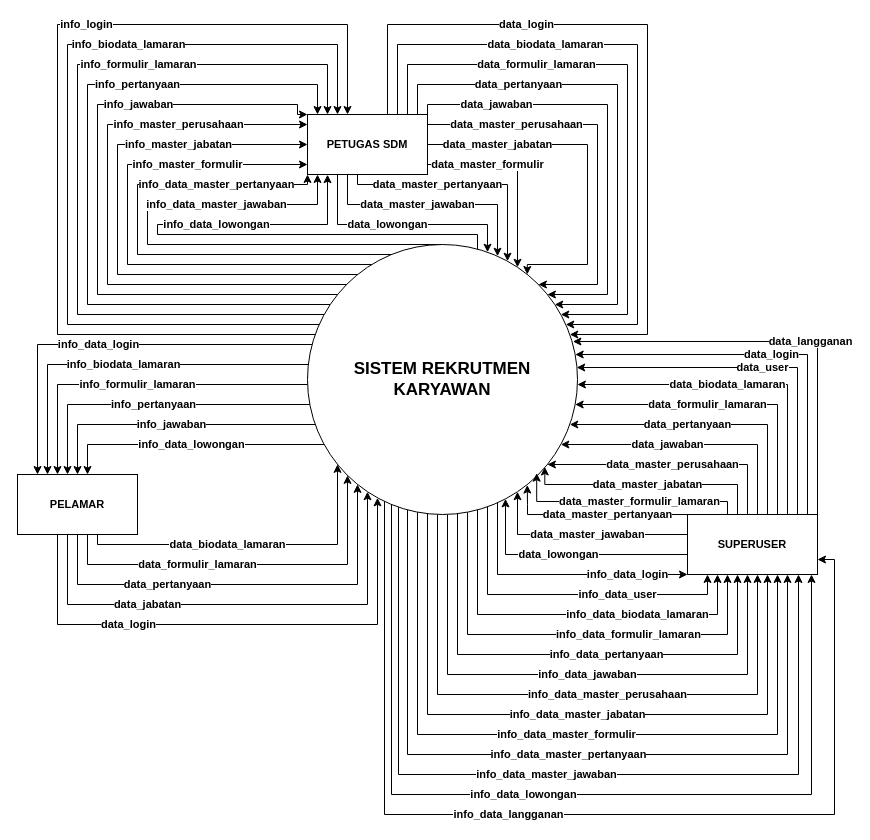
This is page "DIAGRAM CONTEXT" (1 of 8) of DFD v2.drawio from keys2505/tugas-akhir, a draw.io file, before an edit. Source tidied: cells renumbered, new cells numbered last; positions are measured from the earlier drawing's top-left corner, leaving out a move shared by most shapes. Both pictures are drawn from the tidied source at 100%, with x=0, y=0 at pixel (17, 24).
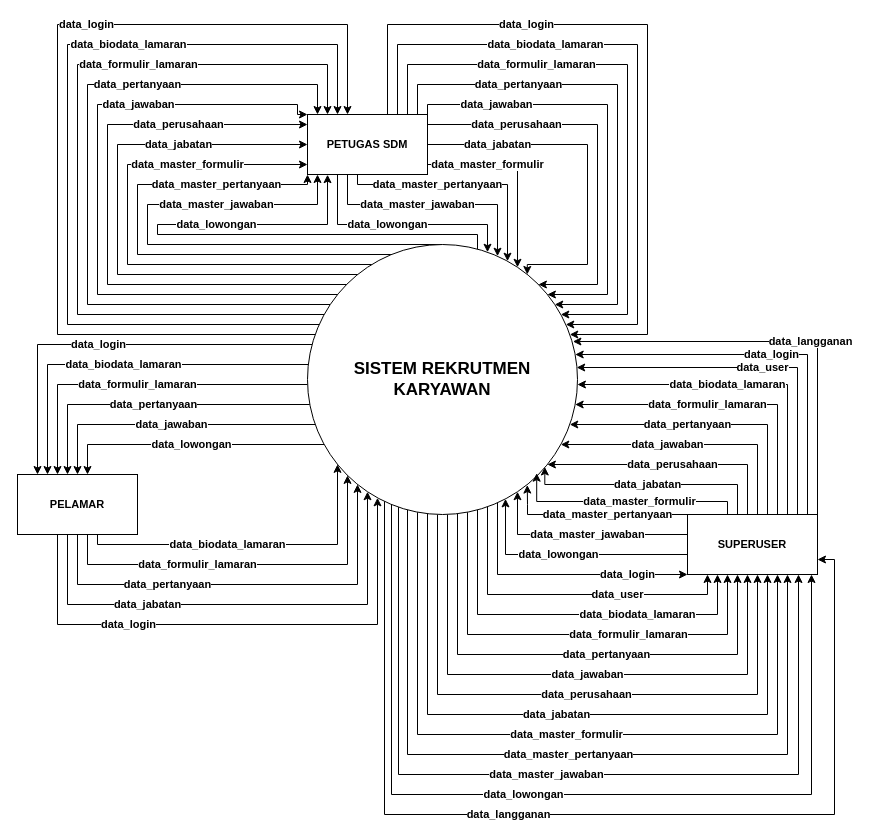
The same diagram, later.

The change refers to these unchanged cells:
```xml
<mxCell id="32" value="&lt;font style=&quot;font-size: 17px;&quot;&gt;SISTEM REKRUTMEN KARYAWAN&lt;/font&gt;" style="ellipse;whiteSpace=wrap;html=1;direction=south;fontStyle=1;fontSize=11;" parent="1" vertex="1">
  <mxGeometry x="290" y="220" width="270" height="270" as="geometry" />
</mxCell>
<mxCell id="44" value="PETUGAS SDM" style="rounded=0;whiteSpace=wrap;html=1;fontStyle=1;fontSize=11;" parent="1" vertex="1">
  <mxGeometry x="290" y="90" width="120" height="60" as="geometry" />
</mxCell>
<mxCell id="50" value="PELAMAR" style="rounded=0;whiteSpace=wrap;html=1;fontStyle=1;fontSize=11;" parent="1" vertex="1">
  <mxGeometry y="450" width="120" height="60" as="geometry" />
</mxCell>
<mxCell id="64" value="&lt;font style=&quot;font-size: 11px;&quot;&gt;SUPERUSER&lt;/font&gt;" style="rounded=0;whiteSpace=wrap;html=1;fontStyle=1;fontSize=11;" parent="1" vertex="1">
  <mxGeometry x="670" y="490" width="130" height="60" as="geometry" />
</mxCell>
```

Diff of the diagram source:
```diff
@@
-    <mxCell id="2" value="info_data_lowongan" style="edgeStyle=orthogonalEdgeStyle;rounded=0;jettySize=auto;html=1;fontStyle=1;fontSize=11;" parent="1" edge="1" source="32" target="50">
+    <mxCell id="2" value="data_lowongan" style="edgeStyle=orthogonalEdgeStyle;rounded=0;jettySize=auto;html=1;fontStyle=1;fontSize=11;" parent="1" edge="1" source="32" target="50">
       <mxGeometry relative="1" as="geometry">
         <Array as="points">
           <mxPoint x="70" y="420" />
         </Array>
       </mxGeometry>
     </mxCell>
-    <mxCell id="3" value="info_jawaban" style="edgeStyle=orthogonalEdgeStyle;rounded=0;jettySize=auto;html=1;fontStyle=1;fontSize=11;" parent="1" edge="1" source="32" target="50">
+    <mxCell id="3" value="data_jawaban" style="edgeStyle=orthogonalEdgeStyle;rounded=0;jettySize=auto;html=1;fontStyle=1;fontSize=11;" parent="1" edge="1" source="32" target="50">
       <mxGeometry relative="1" as="geometry">
         <Array as="points">
           <mxPoint x="60" y="400" />
         </Array>
       </mxGeometry>
     </mxCell>
-    <mxCell id="4" value="info_pertanyaan" style="edgeStyle=orthogonalEdgeStyle;rounded=0;jettySize=auto;html=1;fontStyle=1;fontSize=11;" parent="1" edge="1" source="32" target="50">
+    <mxCell id="4" value="data_pertanyaan" style="edgeStyle=orthogonalEdgeStyle;rounded=0;jettySize=auto;html=1;fontStyle=1;fontSize=11;" parent="1" edge="1" source="32" target="50">
       <mxGeometry relative="1" as="geometry">
         <Array as="points">
           <mxPoint x="50" y="380" />
         </Array>
       </mxGeometry>
     </mxCell>
-    <mxCell id="5" value="info_formulir_lamaran" style="edgeStyle=orthogonalEdgeStyle;rounded=0;jettySize=auto;html=1;fontStyle=1;fontSize=11;" parent="1" edge="1" source="32" target="50">
+    <mxCell id="5" value="data_formulir_lamaran" style="edgeStyle=orthogonalEdgeStyle;rounded=0;jettySize=auto;html=1;fontStyle=1;fontSize=11;" parent="1" edge="1" source="32" target="50">
       <mxGeometry relative="1" as="geometry">
         <Array as="points">
           <mxPoint x="40" y="360" />
         </Array>
       </mxGeometry>
     </mxCell>
-    <mxCell id="6" value="info_biodata_lamaran" style="edgeStyle=orthogonalEdgeStyle;rounded=0;jettySize=auto;html=1;fontStyle=1;fontSize=11;" parent="1" edge="1" source="32" target="50">
+    <mxCell id="6" value="data_biodata_lamaran" style="edgeStyle=orthogonalEdgeStyle;rounded=0;jettySize=auto;html=1;fontStyle=1;fontSize=11;" parent="1" edge="1" source="32" target="50">
       <mxGeometry relative="1" as="geometry">
         <Array as="points">
           <mxPoint x="30" y="340" />
         </Array>
       </mxGeometry>
     </mxCell>
-    <mxCell id="7" value="info_data_login" style="edgeStyle=orthogonalEdgeStyle;rounded=0;jettySize=auto;html=1;fontStyle=1;fontSize=11;" parent="1" edge="1" source="32" target="50">
+    <mxCell id="7" value="data_login" style="edgeStyle=orthogonalEdgeStyle;rounded=0;jettySize=auto;html=1;fontStyle=1;fontSize=11;" parent="1" edge="1" source="32" target="50">
       <mxGeometry x="0.06" relative="1" as="geometry">
         <Array as="points">
           <mxPoint x="20" y="320" />
         </Array>
       </mxGeometry>
     </mxCell>
-    <mxCell id="8" value="info_data_master_pertanyaan" style="edgeStyle=orthogonalEdgeStyle;rounded=0;jettySize=auto;html=1;fontStyle=1;fontSize=11;" parent="1" edge="1" source="32" target="44">
+    <mxCell id="8" value="data_master_pertanyaan" style="edgeStyle=orthogonalEdgeStyle;rounded=0;jettySize=auto;html=1;fontStyle=1;fontSize=11;" parent="1" edge="1" source="32" target="44">
       <mxGeometry x="0.6" relative="1" as="geometry">
         <Array as="points">
           <mxPoint x="440" y="230" />
           <mxPoint x="120" y="230" />
           <mxPoint x="120" y="160" />
           <mxPoint x="290" y="160" />
         </Array>
       </mxGeometry>
     </mxCell>
-    <mxCell id="9" value="info_master_formulir" style="edgeStyle=orthogonalEdgeStyle;rounded=0;jettySize=auto;html=1;fontStyle=1;fontSize=11;" parent="1" edge="1" source="32" target="44">
+    <mxCell id="9" value="data_master_formulir" style="edgeStyle=orthogonalEdgeStyle;rounded=0;jettySize=auto;html=1;fontStyle=1;fontSize=11;" parent="1" edge="1" source="32" target="44">
       <mxGeometry x="0.54" relative="1" as="geometry">
         <Array as="points">
           <mxPoint x="425" y="240" />
           <mxPoint x="110" y="240" />
           <mxPoint x="110" y="140" />
         </Array>
       </mxGeometry>
     </mxCell>
-    <mxCell id="10" value="info_master_jabatan" style="edgeStyle=orthogonalEdgeStyle;rounded=0;jettySize=auto;html=1;fontStyle=1;fontSize=11;" parent="1" edge="1" source="32" target="44">
+    <mxCell id="10" value="data_jabatan" style="edgeStyle=orthogonalEdgeStyle;rounded=0;jettySize=auto;html=1;fontStyle=1;fontSize=11;" parent="1" edge="1" source="32" target="44">
       <mxGeometry x="0.54" relative="1" as="geometry">
         <Array as="points">
           <mxPoint x="100" y="250" />
           <mxPoint x="100" y="120" />
         </Array>
       </mxGeometry>
     </mxCell>
-    <mxCell id="11" value="info_master_perusahaan" style="edgeStyle=orthogonalEdgeStyle;rounded=0;jettySize=auto;html=1;entryX=0;entryY=0.167;entryDx=0;entryDy=0;entryPerimeter=0;fontStyle=1;fontSize=11;" parent="1" edge="1" source="32" target="44">
+    <mxCell id="11" value="data_perusahaan" style="edgeStyle=orthogonalEdgeStyle;rounded=0;jettySize=auto;html=1;entryX=0;entryY=0.167;entryDx=0;entryDy=0;entryPerimeter=0;fontStyle=1;fontSize=11;" parent="1" edge="1" source="32" target="44">
       <mxGeometry x="0.57" relative="1" as="geometry">
         <Array as="points">
           <mxPoint x="90" y="260" />
           <mxPoint x="90" y="100" />
         </Array>
       </mxGeometry>
     </mxCell>
-    <mxCell id="12" value="info_formulir_lamaran" style="edgeStyle=orthogonalEdgeStyle;rounded=0;jettySize=auto;html=1;fontStyle=1;fontSize=11;" parent="1" edge="1" source="32" target="44">
+    <mxCell id="12" value="data_formulir_lamaran" style="edgeStyle=orthogonalEdgeStyle;rounded=0;jettySize=auto;html=1;fontStyle=1;fontSize=11;" parent="1" edge="1" source="32" target="44">
       <mxGeometry x="0.4" relative="1" as="geometry">
         <Array as="points">
           <mxPoint x="60" y="290" />
           <mxPoint x="60" y="40" />
           <mxPoint x="310" y="40" />
         </Array>
       </mxGeometry>
     </mxCell>
-    <mxCell id="13" value="info_pertanyaan" style="edgeStyle=orthogonalEdgeStyle;rounded=0;jettySize=auto;html=1;fontStyle=1;fontSize=11;" parent="1" edge="1" source="32" target="44">
+    <mxCell id="13" value="data_pertanyaan" style="edgeStyle=orthogonalEdgeStyle;rounded=0;jettySize=auto;html=1;fontStyle=1;fontSize=11;" parent="1" edge="1" source="32" target="44">
       <mxGeometry x="0.42" relative="1" as="geometry">
         <Array as="points">
           <mxPoint x="70" y="280" />
           <mxPoint x="70" y="60" />
           <mxPoint x="300" y="60" />
         </Array>
       </mxGeometry>
     </mxCell>
-    <mxCell id="14" value="info_jawaban" style="edgeStyle=orthogonalEdgeStyle;rounded=0;jettySize=auto;html=1;fontStyle=1;fontSize=11;" parent="1" edge="1" source="32" target="44">
+    <mxCell id="14" value="data_jawaban" style="edgeStyle=orthogonalEdgeStyle;rounded=0;jettySize=auto;html=1;fontStyle=1;fontSize=11;" parent="1" edge="1" source="32" target="44">
       <mxGeometry x="0.45" relative="1" as="geometry">
         <Array as="points">
           <mxPoint x="80" y="270" />
           <mxPoint x="80" y="80" />
           <mxPoint x="280" y="80" />
           <mxPoint x="280" y="90" />
         </Array>
       </mxGeometry>
     </mxCell>
-    <mxCell id="15" value="info_biodata_lamaran" style="edgeStyle=orthogonalEdgeStyle;rounded=0;jettySize=auto;html=1;fontStyle=1;fontSize=11;" parent="1" edge="1" source="32" target="44">
+    <mxCell id="15" value="data_biodata_lamaran" style="edgeStyle=orthogonalEdgeStyle;rounded=0;jettySize=auto;html=1;fontStyle=1;fontSize=11;" parent="1" edge="1" source="32" target="44">
       <mxGeometry x="0.36" relative="1" as="geometry">
         <Array as="points">
           <mxPoint x="50" y="300" />
           <mxPoint x="50" y="20" />
           <mxPoint x="320" y="20" />
         </Array>
       </mxGeometry>
     </mxCell>
-    <mxCell id="16" value="info_data_master_jawaban" style="edgeStyle=orthogonalEdgeStyle;rounded=0;jettySize=auto;html=1;fontStyle=1;fontSize=11;" parent="1" edge="1" source="32" target="44">
+    <mxCell id="16" value="data_master_jawaban" style="edgeStyle=orthogonalEdgeStyle;rounded=0;jettySize=auto;html=1;fontStyle=1;fontSize=11;" parent="1" edge="1" source="32" target="44">
       <mxGeometry x="0.51" relative="1" as="geometry">
         <Array as="points">
           <mxPoint x="450" y="220" />
           <mxPoint x="130" y="220" />
           <mxPoint x="130" y="180" />
           <mxPoint x="300" y="180" />
         </Array>
       </mxGeometry>
     </mxCell>
-    <mxCell id="17" value="info_login" style="edgeStyle=orthogonalEdgeStyle;rounded=0;jettySize=auto;html=1;fontStyle=1;fontSize=11;" parent="1" edge="1" source="32" target="44">
+    <mxCell id="17" value="data_login" style="edgeStyle=orthogonalEdgeStyle;rounded=0;jettySize=auto;html=1;fontStyle=1;fontSize=11;" parent="1" edge="1" source="32" target="44">
       <mxGeometry x="0.26" relative="1" as="geometry">
         <Array as="points">
           <mxPoint x="40" y="310" />
           <mxPoint x="40" />
           <mxPoint x="330" />
         </Array>
       </mxGeometry>
     </mxCell>
-    <mxCell id="18" value="info_data_lowongan" style="edgeStyle=orthogonalEdgeStyle;rounded=0;jettySize=auto;html=1;entryX=0.167;entryY=1.003;entryDx=0;entryDy=0;entryPerimeter=0;fontStyle=1;fontSize=11;" parent="1" edge="1" source="32" target="44">
+    <mxCell id="18" value="data_lowongan" style="edgeStyle=orthogonalEdgeStyle;rounded=0;jettySize=auto;html=1;entryX=0.167;entryY=1.003;entryDx=0;entryDy=0;entryPerimeter=0;fontStyle=1;fontSize=11;" parent="1" edge="1" source="32" target="44">
       <mxGeometry x="0.43" relative="1" as="geometry">
         <Array as="points">
           <mxPoint x="460" y="210" />
           <mxPoint x="140" y="210" />
           <mxPoint x="140" y="200" />
           <mxPoint x="310" y="200" />
         </Array>
       </mxGeometry>
     </mxCell>
-    <mxCell id="19" value="info_data_master_jawaban" style="edgeStyle=orthogonalEdgeStyle;rounded=0;orthogonalLoop=1;jettySize=auto;html=1;fontStyle=1;fontSize=11;" parent="1" edge="1">
+    <mxCell id="19" value="data_master_jawaban" style="edgeStyle=orthogonalEdgeStyle;rounded=0;orthogonalLoop=1;jettySize=auto;html=1;fontStyle=1;fontSize=11;" parent="1" edge="1">
       <mxGeometry x="-0.04" relative="1" as="geometry">
         <mxPoint x="381" y="482.3" as="sourcePoint" />
         <mxPoint x="781" y="550" as="targetPoint" />
         <Array as="points">
           <mxPoint x="381" y="750" />
           <mxPoint x="781" y="750" />
         </Array>
       </mxGeometry>
     </mxCell>
-    <mxCell id="20" value="info_data_master_formulir" style="edgeStyle=orthogonalEdgeStyle;rounded=0;jettySize=auto;html=1;fontStyle=1;fontSize=11;" parent="1" edge="1" source="32" target="64">
+    <mxCell id="20" value="data_master_formulir" style="edgeStyle=orthogonalEdgeStyle;rounded=0;jettySize=auto;html=1;fontStyle=1;fontSize=11;" parent="1" edge="1" source="32" target="64">
       <mxGeometry relative="1" as="geometry">
         <Array as="points">
           <mxPoint x="400" y="710" />
           <mxPoint x="760" y="710" />
         </Array>
       </mxGeometry>
     </mxCell>
-    <mxCell id="21" value="info_data_master_pertanyaan" style="edgeStyle=orthogonalEdgeStyle;rounded=0;jettySize=auto;html=1;fontStyle=1;fontSize=11;" parent="1" edge="1" source="32" target="64">
+    <mxCell id="21" value="data_master_pertanyaan" style="edgeStyle=orthogonalEdgeStyle;rounded=0;jettySize=auto;html=1;fontStyle=1;fontSize=11;" parent="1" edge="1" source="32" target="64">
       <mxGeometry x="0.01" relative="1" as="geometry">
         <Array as="points">
           <mxPoint x="390" y="730" />
           <mxPoint x="770" y="730" />
         </Array>
       </mxGeometry>
     </mxCell>
-    <mxCell id="22" value="info_data_lowongan" style="edgeStyle=orthogonalEdgeStyle;rounded=0;orthogonalLoop=1;jettySize=auto;html=1;fontStyle=1;fontSize=11;" parent="1" edge="1">
+    <mxCell id="22" value="data_lowongan" style="edgeStyle=orthogonalEdgeStyle;rounded=0;orthogonalLoop=1;jettySize=auto;html=1;fontStyle=1;fontSize=11;" parent="1" edge="1">
       <mxGeometry x="-0.09" relative="1" as="geometry">
         <mxPoint x="374" y="478.3" as="sourcePoint" />
         <mxPoint x="794" y="550" as="targetPoint" />
         <Array as="points">
           <mxPoint x="374" y="770" />
           <mxPoint x="794" y="770" />
         </Array>
       </mxGeometry>
     </mxCell>
-    <mxCell id="23" value="info_data_master_jabatan" style="edgeStyle=orthogonalEdgeStyle;rounded=0;jettySize=auto;html=1;fontStyle=1;fontSize=11;" parent="1" edge="1" source="32" target="64">
-      <mxGeometry x="0.03" relative="1" as="geometry">
+    <mxCell id="23" value="data_jabatan" style="edgeStyle=orthogonalEdgeStyle;rounded=0;jettySize=auto;html=1;fontStyle=1;fontSize=11;" parent="1" edge="1" source="32" target="64">
+      <mxGeometry x="-0.03" relative="1" as="geometry">
         <Array as="points">
           <mxPoint x="410" y="690" />
           <mxPoint x="750" y="690" />
         </Array>
       </mxGeometry>
     </mxCell>
-    <mxCell id="24" value="info_data_master_perusahaan" style="edgeStyle=orthogonalEdgeStyle;rounded=0;jettySize=auto;html=1;fontStyle=1;fontSize=11;" parent="1" edge="1" source="32" target="64">
-      <mxGeometry x="0.13" relative="1" as="geometry">
+    <mxCell id="24" value="data_perusahaan" style="edgeStyle=orthogonalEdgeStyle;rounded=0;jettySize=auto;html=1;fontStyle=1;fontSize=11;" parent="1" edge="1" source="32" target="64">
+      <mxGeometry x="0.06" relative="1" as="geometry">
         <Array as="points">
           <mxPoint x="420" y="670" />
           <mxPoint x="740" y="670" />
         </Array>
       </mxGeometry>
     </mxCell>
-    <mxCell id="25" value="info_data_jawaban" style="edgeStyle=orthogonalEdgeStyle;rounded=0;jettySize=auto;html=1;fontStyle=1;fontSize=11;" parent="1" edge="1" source="32" target="64">
+    <mxCell id="25" value="data_jawaban" style="edgeStyle=orthogonalEdgeStyle;rounded=0;jettySize=auto;html=1;fontStyle=1;fontSize=11;" parent="1" edge="1" source="32" target="64">
       <mxGeometry x="0.07" relative="1" as="geometry">
         <Array as="points">
           <mxPoint x="430" y="650" />
           <mxPoint x="730" y="650" />
         </Array>
       </mxGeometry>
     </mxCell>
-    <mxCell id="26" value="info_data_pertanyaan" style="edgeStyle=orthogonalEdgeStyle;rounded=0;jettySize=auto;html=1;fontStyle=1;fontSize=11;" parent="1" edge="1" source="32" target="64">
+    <mxCell id="26" value="data_pertanyaan" style="edgeStyle=orthogonalEdgeStyle;rounded=0;jettySize=auto;html=1;fontStyle=1;fontSize=11;" parent="1" edge="1" source="32" target="64">
       <mxGeometry x="0.16" relative="1" as="geometry">
         <Array as="points">
           <mxPoint x="440" y="630" />
           <mxPoint x="720" y="630" />
         </Array>
       </mxGeometry>
     </mxCell>
-    <mxCell id="27" value="info_data_formulir_lamaran" style="edgeStyle=orthogonalEdgeStyle;rounded=0;jettySize=auto;html=1;fontStyle=1;fontSize=11;" parent="1" edge="1" source="32" target="64">
+    <mxCell id="27" value="data_formulir_lamaran" style="edgeStyle=orthogonalEdgeStyle;rounded=0;jettySize=auto;html=1;fontStyle=1;fontSize=11;" parent="1" edge="1" source="32" target="64">
       <mxGeometry x="0.28" relative="1" as="geometry">
         <Array as="points">
           <mxPoint x="450" y="610" />
           <mxPoint x="710" y="610" />
         </Array>
       </mxGeometry>
     </mxCell>
-    <mxCell id="28" value="info_data_biodata_lamaran" style="edgeStyle=orthogonalEdgeStyle;rounded=0;jettySize=auto;html=1;fontStyle=1;fontSize=11;" parent="1" edge="1" source="32" target="64">
+    <mxCell id="28" value="data_biodata_lamaran" style="edgeStyle=orthogonalEdgeStyle;rounded=0;jettySize=auto;html=1;fontStyle=1;fontSize=11;" parent="1" edge="1" source="32" target="64">
       <mxGeometry x="0.38" relative="1" as="geometry">
         <Array as="points">
           <mxPoint x="460" y="590" />
           <mxPoint x="700" y="590" />
         </Array>
       </mxGeometry>
     </mxCell>
-    <mxCell id="29" value="info_data_login" style="edgeStyle=orthogonalEdgeStyle;rounded=0;jettySize=auto;html=1;fontStyle=1;fontSize=11;" parent="1" edge="1" source="32" target="64">
+    <mxCell id="29" value="data_login" style="edgeStyle=orthogonalEdgeStyle;rounded=0;jettySize=auto;html=1;fontStyle=1;fontSize=11;" parent="1" edge="1" source="32" target="64">
       <mxGeometry x="0.54" relative="1" as="geometry">
         <Array as="points">
           <mxPoint x="480" y="550" />
         </Array>
       </mxGeometry>
     </mxCell>
-    <mxCell id="30" value="info_data_user" style="edgeStyle=orthogonalEdgeStyle;rounded=0;jettySize=auto;html=1;fontStyle=1;fontSize=11;" parent="1" edge="1" source="32" target="64">
+    <mxCell id="30" value="data_user" style="edgeStyle=orthogonalEdgeStyle;rounded=0;jettySize=auto;html=1;fontStyle=1;fontSize=11;" parent="1" edge="1" source="32" target="64">
       <mxGeometry x="0.33" relative="1" as="geometry">
         <Array as="points">
           <mxPoint x="470" y="570" />
           <mxPoint x="690" y="570" />
         </Array>
       </mxGeometry>
     </mxCell>
-    <mxCell id="31" value="&lt;b&gt;info_data_langganan&lt;/b&gt;" style="edgeStyle=orthogonalEdgeStyle;rounded=0;jettySize=auto;html=1;entryX=1;entryY=0.75;entryDx=0;entryDy=0;" parent="1" edge="1" target="64">
+    <mxCell id="31" value="&lt;b&gt;data_langganan&lt;/b&gt;" style="edgeStyle=orthogonalEdgeStyle;rounded=0;jettySize=auto;html=1;entryX=1;entryY=0.75;entryDx=0;entryDy=0;" parent="1" edge="1" target="64">
       <mxGeometry x="-0.15" relative="1" as="geometry">
         <mxPoint x="367" y="473.3" as="sourcePoint" />
         <Array as="points">
           <mxPoint x="367" y="790" />
           <mxPoint x="817" y="790" />
           <mxPoint x="817" y="535" />
         </Array>
       </mxGeometry>
     </mxCell>
@@
-    <mxCell id="37" value="data_master_jabatan" style="edgeStyle=orthogonalEdgeStyle;rounded=0;jettySize=auto;html=1;entryX=0.111;entryY=0.186;entryDx=0;entryDy=0;entryPerimeter=0;fontStyle=1;fontSize=11;" parent="1" edge="1" source="44" target="32">
+    <mxCell id="37" value="data_jabatan" style="edgeStyle=orthogonalEdgeStyle;rounded=0;jettySize=auto;html=1;entryX=0.111;entryY=0.186;entryDx=0;entryDy=0;entryPerimeter=0;fontStyle=1;fontSize=11;" parent="1" edge="1" source="44" target="32">
       <mxGeometry x="-0.6" relative="1" as="geometry">
         <Array as="points">
           <mxPoint x="570" y="120" />
           <mxPoint x="570" y="240" />
           <mxPoint x="510" y="240" />
         </Array>
       </mxGeometry>
     </mxCell>
-    <mxCell id="38" value="data_master_perusahaan" style="edgeStyle=orthogonalEdgeStyle;rounded=0;jettySize=auto;html=1;fontStyle=1;fontSize=11;" parent="1" edge="1" source="44" target="32">
+    <mxCell id="38" value="data_perusahaan" style="edgeStyle=orthogonalEdgeStyle;rounded=0;jettySize=auto;html=1;fontStyle=1;fontSize=11;" parent="1" edge="1" source="44" target="32">
       <mxGeometry x="-0.54" relative="1" as="geometry">
         <Array as="points">
           <mxPoint x="580" y="100" />
           <mxPoint x="580" y="260" />
         </Array>
       </mxGeometry>
     </mxCell>
@@
-    <mxCell id="57" value="data_master_perusahaan" style="edgeStyle=orthogonalEdgeStyle;rounded=0;jettySize=auto;html=1;fontStyle=1;fontSize=11;" parent="1" edge="1" source="64" target="32">
+    <mxCell id="57" value="data_perusahaan" style="edgeStyle=orthogonalEdgeStyle;rounded=0;jettySize=auto;html=1;fontStyle=1;fontSize=11;" parent="1" edge="1" source="64" target="32">
       <mxGeometry relative="1" as="geometry">
         <Array as="points">
           <mxPoint x="730" y="440" />
         </Array>
       </mxGeometry>
     </mxCell>
-    <mxCell id="58" value="data_master_jabatan" style="edgeStyle=orthogonalEdgeStyle;rounded=0;jettySize=auto;html=1;entryX=0.824;entryY=0.121;entryDx=0;entryDy=0;entryPerimeter=0;fontStyle=1;fontSize=11;" parent="1" edge="1" source="64" target="32">
+    <mxCell id="58" value="data_jabatan" style="edgeStyle=orthogonalEdgeStyle;rounded=0;jettySize=auto;html=1;entryX=0.824;entryY=0.121;entryDx=0;entryDy=0;entryPerimeter=0;fontStyle=1;fontSize=11;" parent="1" edge="1" source="64" target="32">
       <mxGeometry relative="1" as="geometry">
         <Array as="points">
           <mxPoint x="720" y="460" />
           <mxPoint x="527" y="460" />
         </Array>
       </mxGeometry>
     </mxCell>
-    <mxCell id="59" value="&lt;font style=&quot;font-size: 11px;&quot;&gt;data_master_formulir_lamaran&lt;/font&gt;" style="edgeStyle=orthogonalEdgeStyle;rounded=0;jettySize=auto;html=1;entryX=0.858;entryY=0.151;entryDx=0;entryDy=0;entryPerimeter=0;fontStyle=1;fontSize=11;" parent="1" edge="1" source="64">
+    <mxCell id="59" value="&lt;font style=&quot;font-size: 11px;&quot;&gt;data_master_formulir&lt;/font&gt;" style="edgeStyle=orthogonalEdgeStyle;rounded=0;jettySize=auto;html=1;entryX=0.858;entryY=0.151;entryDx=0;entryDy=0;entryPerimeter=0;fontStyle=1;fontSize=11;" parent="1" edge="1" source="64">
       <mxGeometry x="-0.13" relative="1" as="geometry">
         <mxPoint x="519.2" y="448.7" as="targetPoint" />
         <Array as="points">
           <mxPoint x="710" y="477" />
           <mxPoint x="519" y="477" />
         </Array>
       </mxGeometry>
     </mxCell>
```
